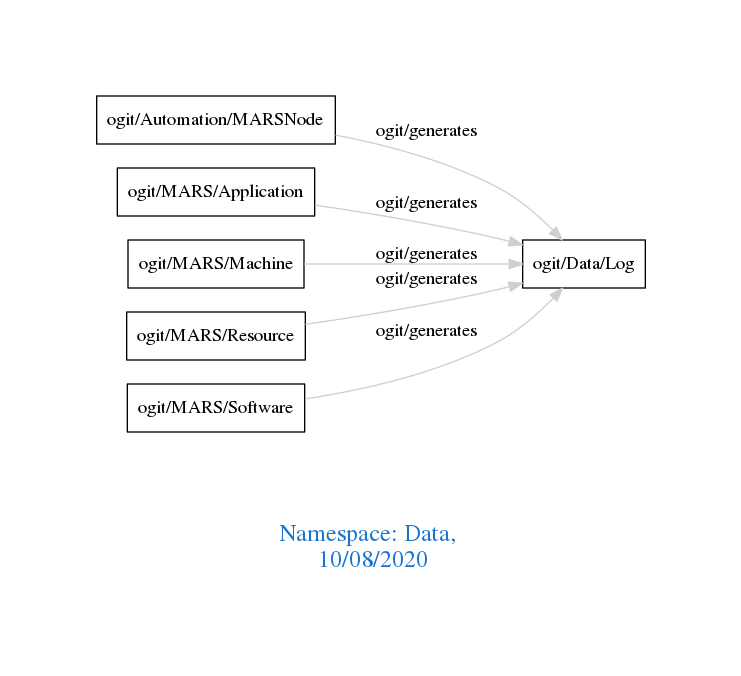
This is downloads/Data.png from arago/OGIT, a Graphviz export, as it was before one commit. Its source is kept beside it as downloads/Data.dot.
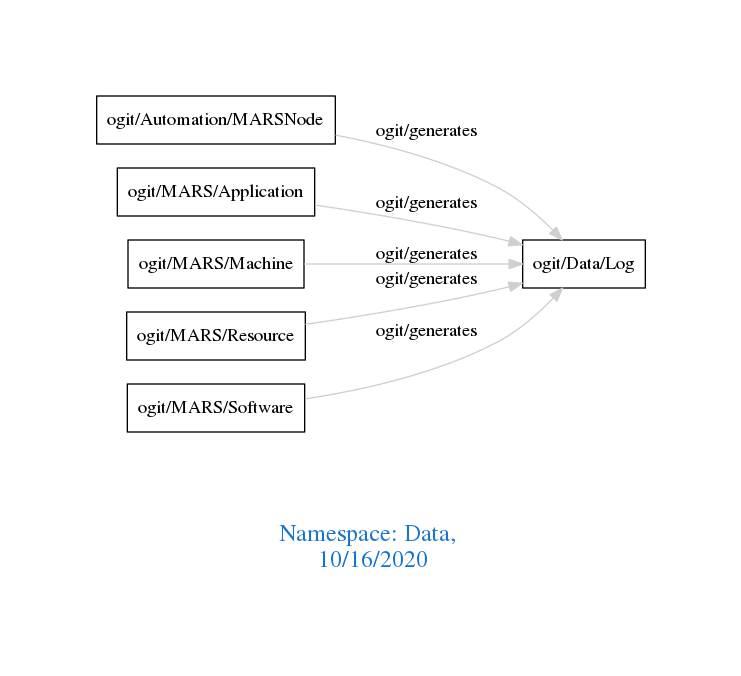
After the change.

Change to the diagram source:
```diff
@@ -1,7 +1,7 @@
 digraph OGIT_ontology {
  graph [ rankdir= LR,pad=1
 fontsize = 18,
-fontcolor= dodgerblue3,label = "\n\n\nNamespace: Data, \n 10/08/2020"];
+fontcolor= dodgerblue3,label = "\n\n\nNamespace: Data, \n 10/16/2020"];
 node[shape=polygon];
 edge [  color="gray81"];
 
```
